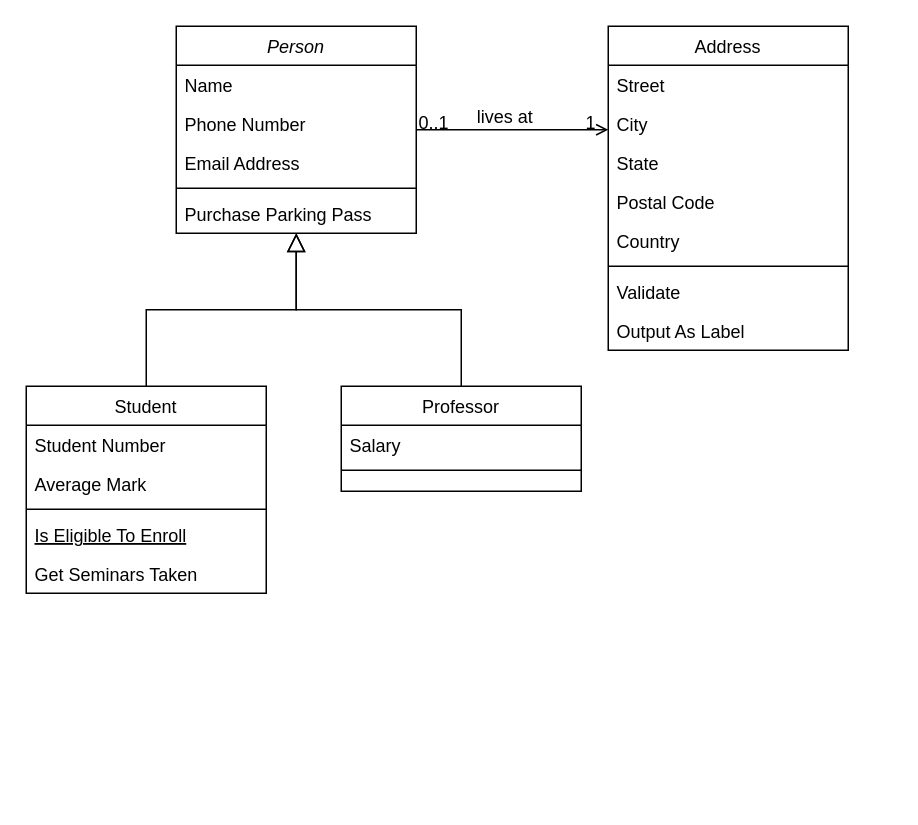
The draw.io diagram Calida.drawio in Cris25nkl/DIAGRAMS_BD, before the edit. Source tidied: cells renumbered, new cells numbered last; positions are measured from the earlier drawing's top-left corner, leaving out a move shared by most shapes. Both pictures are drawn from the tidied source at 150%, with x=0, y=0 at pixel (26, 26).
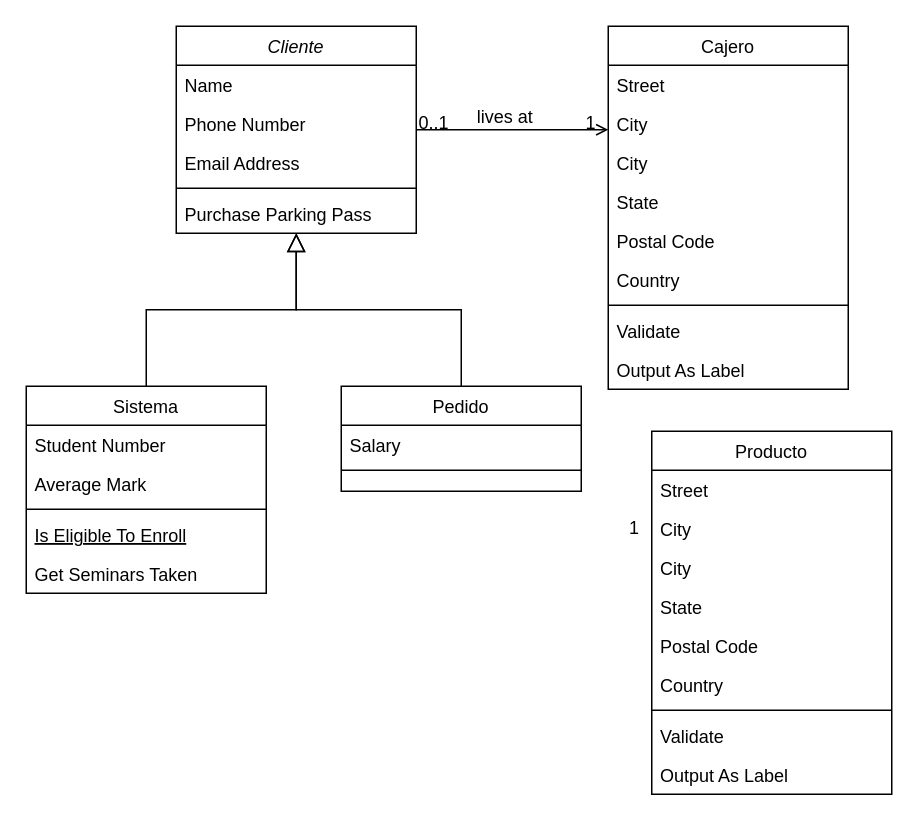
The same page after the edit.

The edit, as a diff of the source:
```diff
@@
-    <mxCell id="2" value="Person" style="swimlane;fontStyle=2;align=center;verticalAlign=top;horizontal=1;startSize=26;rounded=0;shadow=0;strokeWidth=1;" parent="1" vertex="1">
+    <mxCell id="2" value="Cliente" style="swimlane;fontStyle=2;align=center;verticalAlign=top;horizontal=1;startSize=26;rounded=0;shadow=0;strokeWidth=1;" parent="1" vertex="1">
       <mxGeometry x="100" width="160" height="138" as="geometry" />
     </mxCell>
@@
-    <mxCell id="8" value="Student" style="swimlane;fontStyle=0;align=center;verticalAlign=top;horizontal=1;startSize=26;rounded=0;shadow=0;strokeWidth=1;" parent="1" vertex="1">
+    <mxCell id="8" value="Sistema" style="swimlane;fontStyle=0;align=center;verticalAlign=top;horizontal=1;startSize=26;rounded=0;shadow=0;strokeWidth=1;" parent="1" vertex="1">
       <mxGeometry y="240" width="160" height="138" as="geometry" />
     </mxCell>
@@
-    <mxCell id="15" value="Professor" style="swimlane;fontStyle=0;align=center;verticalAlign=top;horizontal=1;startSize=26;rounded=0;shadow=0;strokeWidth=1;" parent="1" vertex="1">
+    <mxCell id="15" value="Pedido" style="swimlane;fontStyle=0;align=center;verticalAlign=top;horizontal=1;startSize=26;rounded=0;shadow=0;strokeWidth=1;" parent="1" vertex="1">
       <mxGeometry x="210" y="240" width="160" height="70" as="geometry" />
     </mxCell>
@@
-    <mxCell id="19" value="Address" style="swimlane;fontStyle=0;align=center;verticalAlign=top;horizontal=1;startSize=26;rounded=0;shadow=0;strokeWidth=1;" parent="1" vertex="1">
-      <mxGeometry x="388" width="160" height="216" as="geometry" />
+    <mxCell id="19" value="Cajero" style="swimlane;fontStyle=0;align=center;verticalAlign=top;horizontal=1;startSize=26;rounded=0;shadow=0;strokeWidth=1;" parent="1" vertex="1">
+      <mxGeometry x="388" width="160" height="242" as="geometry" />
     </mxCell>
@@
+    <mxCell id="32" value="City" style="text;align=left;verticalAlign=top;spacingLeft=4;spacingRight=4;overflow=hidden;rounded=0;shadow=0;html=0;" parent="19" vertex="1">
+      <mxGeometry y="78" width="160" height="26" as="geometry" />
+    </mxCell>
     <mxCell id="22" value="State" style="text;align=left;verticalAlign=top;spacingLeft=4;spacingRight=4;overflow=hidden;rounded=0;shadow=0;html=0;" parent="19" vertex="1">
-      <mxGeometry y="78" width="160" height="26" as="geometry" />
+      <mxGeometry y="104" width="160" height="26" as="geometry" />
     </mxCell>
     <mxCell id="23" value="Postal Code" style="text;align=left;verticalAlign=top;spacingLeft=4;spacingRight=4;overflow=hidden;rounded=0;shadow=0;html=0;" parent="19" vertex="1">
-      <mxGeometry y="104" width="160" height="26" as="geometry" />
+      <mxGeometry y="130" width="160" height="26" as="geometry" />
     </mxCell>
     <mxCell id="24" value="Country" style="text;align=left;verticalAlign=top;spacingLeft=4;spacingRight=4;overflow=hidden;rounded=0;shadow=0;html=0;" parent="19" vertex="1">
-      <mxGeometry y="130" width="160" height="26" as="geometry" />
+      <mxGeometry y="156" width="160" height="26" as="geometry" />
     </mxCell>
     <mxCell id="25" style="line;html=1;strokeWidth=1;align=left;verticalAlign=middle;spacingTop=-1;spacingLeft=3;spacingRight=3;labelPosition=right;" parent="19" vertex="1">
-      <mxGeometry y="156" width="160" height="8" as="geometry" />
+      <mxGeometry y="182" width="160" height="8" as="geometry" />
     </mxCell>
     <mxCell id="26" value="Validate" style="text;align=left;verticalAlign=top;spacingLeft=4;spacingRight=4;overflow=hidden;" parent="19" vertex="1">
-      <mxGeometry y="164" width="160" height="26" as="geometry" />
+      <mxGeometry y="190" width="160" height="26" as="geometry" />
     </mxCell>
     <mxCell id="27" value="Output As Label" style="text;align=left;verticalAlign=top;spacingLeft=4;spacingRight=4;overflow=hidden;" parent="19" vertex="1">
-      <mxGeometry y="190" width="160" height="26" as="geometry" />
+      <mxGeometry y="216" width="160" height="26" as="geometry" />
     </mxCell>
@@
+    <mxCell id="33" value="Producto" style="swimlane;fontStyle=0;align=center;verticalAlign=top;horizontal=1;startSize=26;rounded=0;shadow=0;strokeWidth=1;" parent="1" vertex="1">
+      <mxGeometry x="417" y="270" width="160" height="242" as="geometry" />
+    </mxCell>
+    <mxCell id="34" value="Street" style="text;align=left;verticalAlign=top;spacingLeft=4;spacingRight=4;overflow=hidden;" parent="33" vertex="1">
+      <mxGeometry y="26" width="160" height="26" as="geometry" />
+    </mxCell>
+    <mxCell id="35" value="City" style="text;align=left;verticalAlign=top;spacingLeft=4;spacingRight=4;overflow=hidden;rounded=0;shadow=0;html=0;" parent="33" vertex="1">
+      <mxGeometry y="52" width="160" height="26" as="geometry" />
+    </mxCell>
+    <mxCell id="36" value="City" style="text;align=left;verticalAlign=top;spacingLeft=4;spacingRight=4;overflow=hidden;rounded=0;shadow=0;html=0;" parent="33" vertex="1">
+      <mxGeometry y="78" width="160" height="26" as="geometry" />
+    </mxCell>
+    <mxCell id="37" value="State" style="text;align=left;verticalAlign=top;spacingLeft=4;spacingRight=4;overflow=hidden;rounded=0;shadow=0;html=0;" parent="33" vertex="1">
+      <mxGeometry y="104" width="160" height="26" as="geometry" />
+    </mxCell>
+    <mxCell id="38" value="Postal Code" style="text;align=left;verticalAlign=top;spacingLeft=4;spacingRight=4;overflow=hidden;rounded=0;shadow=0;html=0;" parent="33" vertex="1">
+      <mxGeometry y="130" width="160" height="26" as="geometry" />
+    </mxCell>
+    <mxCell id="39" value="Country" style="text;align=left;verticalAlign=top;spacingLeft=4;spacingRight=4;overflow=hidden;rounded=0;shadow=0;html=0;" parent="33" vertex="1">
+      <mxGeometry y="156" width="160" height="26" as="geometry" />
+    </mxCell>
+    <mxCell id="40" style="line;html=1;strokeWidth=1;align=left;verticalAlign=middle;spacingTop=-1;spacingLeft=3;spacingRight=3;labelPosition=right;" parent="33" vertex="1">
+      <mxGeometry y="182" width="160" height="8" as="geometry" />
+    </mxCell>
+    <mxCell id="41" value="Validate" style="text;align=left;verticalAlign=top;spacingLeft=4;spacingRight=4;overflow=hidden;" parent="33" vertex="1">
+      <mxGeometry y="190" width="160" height="26" as="geometry" />
+    </mxCell>
+    <mxCell id="42" value="Output As Label" style="text;align=left;verticalAlign=top;spacingLeft=4;spacingRight=4;overflow=hidden;" parent="33" vertex="1">
+      <mxGeometry y="216" width="160" height="26" as="geometry" />
+    </mxCell>
+    <mxCell id="43" value="1" style="align=right;verticalAlign=bottom;labelBackgroundColor=none;fontSize=12;" parent="1" vertex="1">
+      <mxGeometry x="410" y="343" as="geometry" />
+    </mxCell>
```
